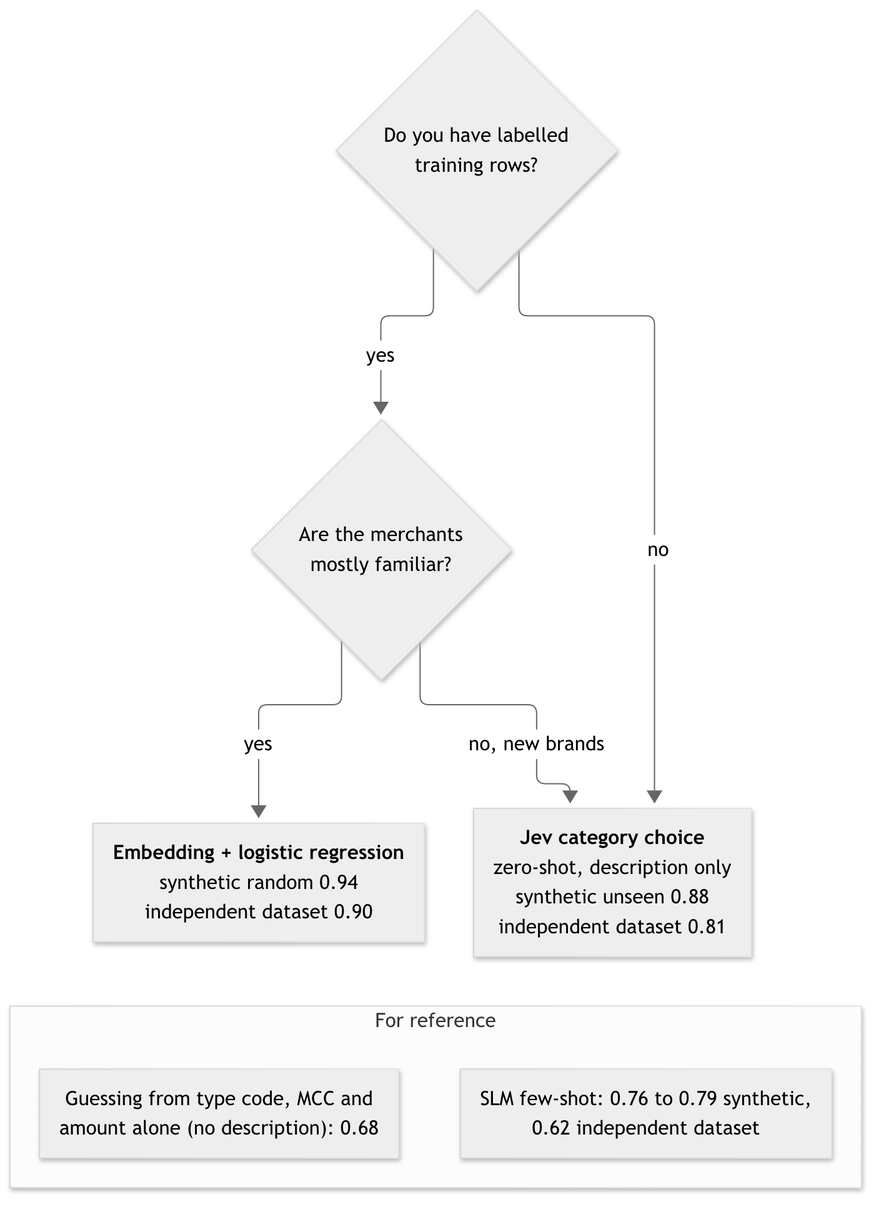
The Mermaid diagram reports/figures/category_decision.png in aeoxyz-jpg/tranx-transaction-standardization, before a commit. Its source is kept beside it as docs/diagrams/category_decision.mmd.
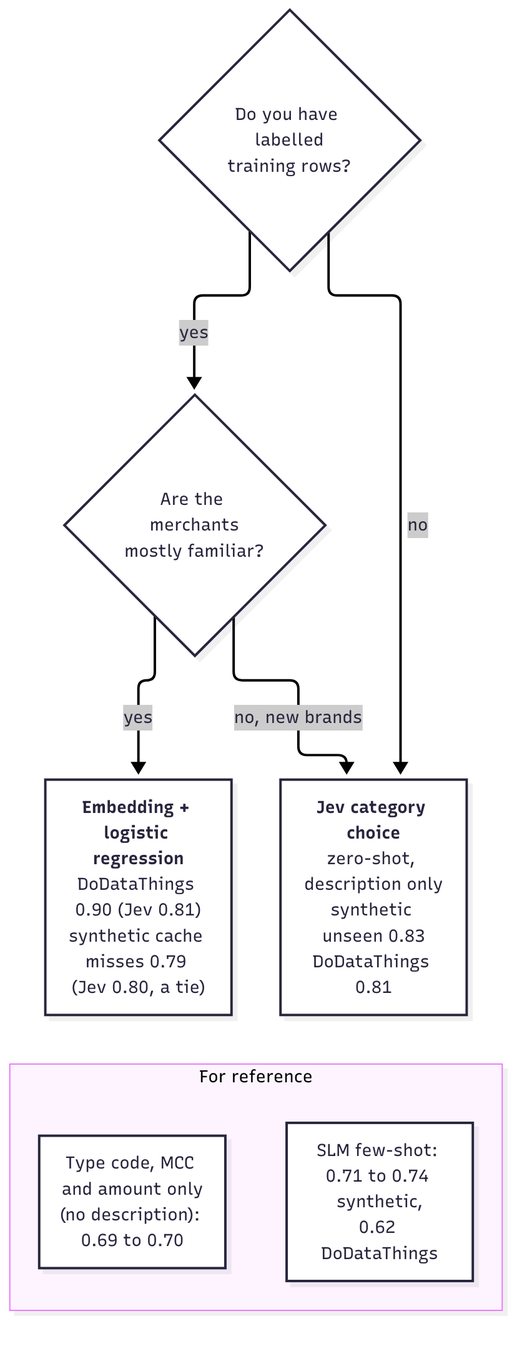
After the change.

Change to the diagram source:
```diff
@@ -1,12 +1,12 @@
 flowchart TD
     Q1{"Do you have labelled<br/>training rows?"}
     Q1 -->|yes| Q2{"Are the merchants<br/>mostly familiar?"}
-    Q1 -->|no| JEV["<b>Jev category choice</b><br/>zero-shot, description only<br/>synthetic unseen 0.88<br/>independent dataset 0.81"]
-    Q2 -->|yes| EMB["<b>Embedding + logistic regression</b><br/>synthetic random 0.94<br/>independent dataset 0.90"]
+    Q1 -->|no| JEV["<b>Jev category choice</b><br/>zero-shot, description only<br/>synthetic unseen 0.83<br/>DoDataThings 0.81"]
+    Q2 -->|yes| EMB["<b>Embedding + logistic regression</b><br/>DoDataThings 0.90 (Jev 0.81)<br/>synthetic cache misses 0.79 (Jev 0.80, a tie)"]
     Q2 -->|"no, new brands"| JEV
     subgraph REF["For reference"]
-        BASE["Guessing from type code, MCC and<br/>amount alone (no description): 0.68"]
-        SLMN["SLM few-shot: 0.76 to 0.79 synthetic,<br/>0.62 independent dataset"]
+        BASE["Type code, MCC and amount only<br/>(no description): 0.69 to 0.70"]
+        SLMN["SLM few-shot: 0.71 to 0.74 synthetic,<br/>0.62 DoDataThings"]
     end
     JEV ~~~ REF
     EMB ~~~ REF
```
